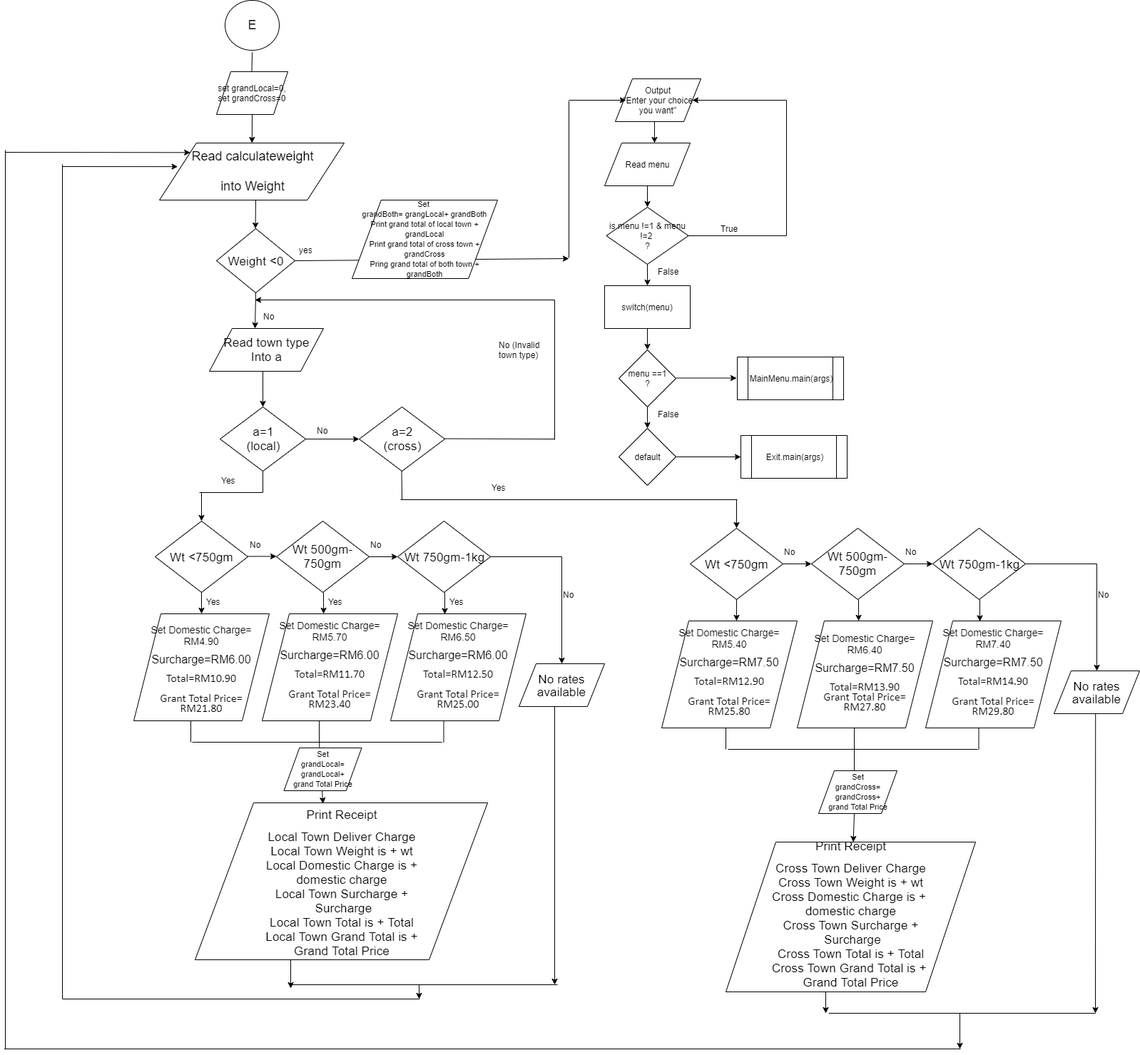
Earlier version of the draw.io export flowchart assign 2.png (gohfangyao/Same-Day-Delivery). Source tidied: cells renumbered, new cells last; positions are measured from the earlier drawing's top-left corner, leaving out a move shared by most shapes.
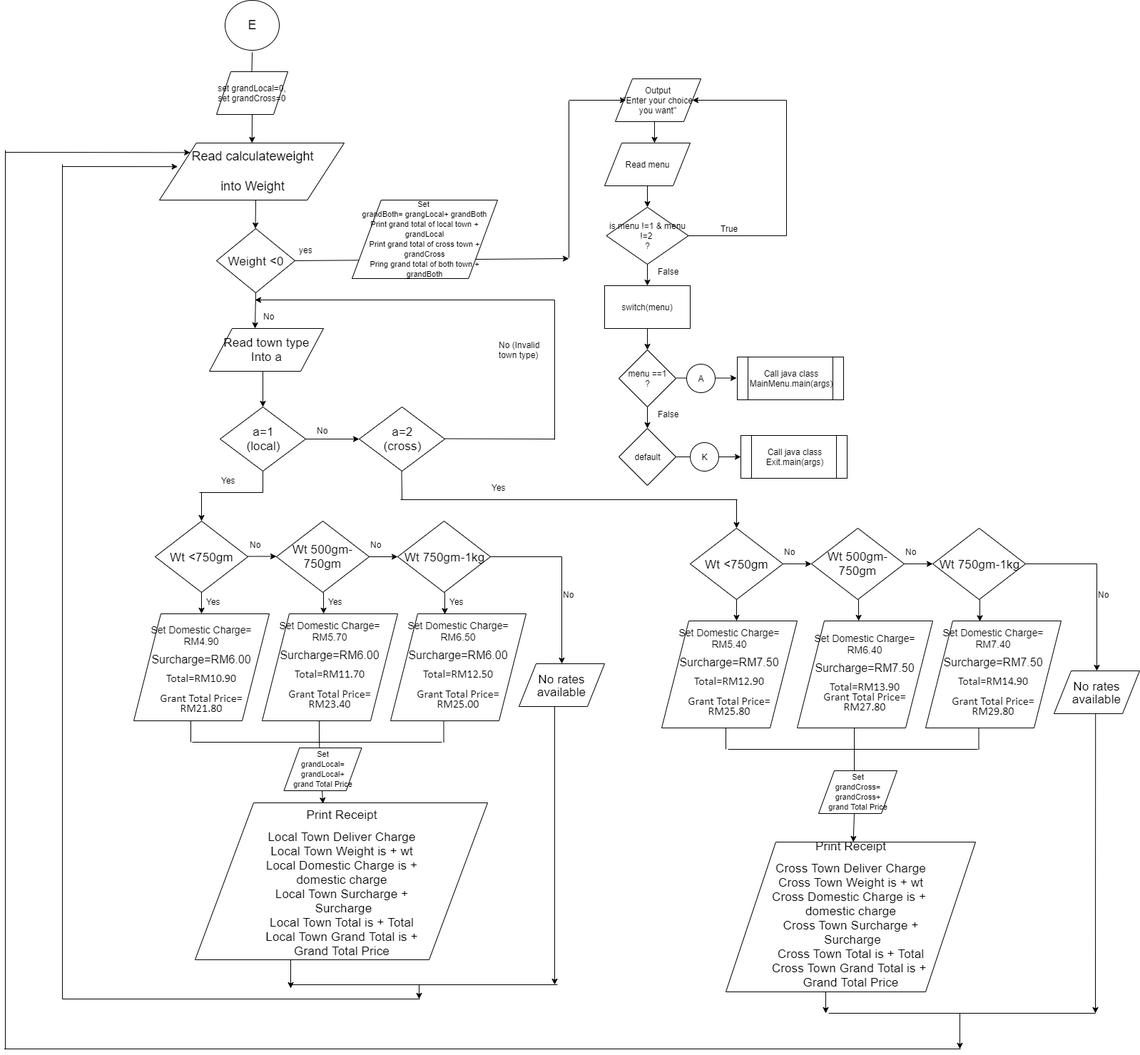
The same diagram one commit later.

Diff of the diagram source:
```diff
@@ -418,10 +418,10 @@
     <mxCell id="95" value="default" style="rhombus;whiteSpace=wrap;html=1;" parent="1" vertex="1">
       <mxGeometry x="862" y="600" width="80" height="80" as="geometry" />
     </mxCell>
-    <mxCell id="96" value="MainMenu.main(args)" style="shape=process;whiteSpace=wrap;html=1;backgroundOutline=1;" parent="1" vertex="1">
+    <mxCell id="96" value="Call java class&lt;br&gt;MainMenu.main(args)" style="shape=process;whiteSpace=wrap;html=1;backgroundOutline=1;" parent="1" vertex="1">
       <mxGeometry x="1028" y="500" width="149" height="60" as="geometry" />
     </mxCell>
-    <mxCell id="97" value="Exit.main(args)" style="shape=process;whiteSpace=wrap;html=1;backgroundOutline=1;" parent="1" vertex="1">
+    <mxCell id="97" value="Call java class&lt;br&gt;Exit.main(args)" style="shape=process;whiteSpace=wrap;html=1;backgroundOutline=1;" parent="1" vertex="1">
       <mxGeometry x="1033" y="610" width="149" height="60" as="geometry" />
     </mxCell>
     <mxCell id="98" style="endArrow=classic;html=1;entryX=0.583;entryY=0;entryDx=0;entryDy=0;entryPerimeter=0;" parent="1" edge="1" target="91">
@@ -478,10 +478,8 @@
         <mxPoint x="902" y="570" as="sourcePoint" />
       </mxGeometry>
     </mxCell>
-    <mxCell id="109" style="endArrow=classic;html=1;entryX=0;entryY=0.5;entryDx=0;entryDy=0;" parent="1" edge="1" target="97">
-      <mxGeometry relative="1" as="geometry">
-        <mxPoint x="942" y="640" as="sourcePoint" />
-      </mxGeometry>
+    <mxCell id="109" style="endArrow=classic;html=1;entryX=0;entryY=0.5;entryDx=0;entryDy=0;" parent="1" edge="1" source="121" target="97">
+      <mxGeometry relative="1" as="geometry" />
     </mxCell>
     <mxCell id="110" value="False" style="text;html=1;align=center;verticalAlign=middle;" parent="1" vertex="1">
       <mxGeometry x="907" y="370" width="50" height="20" as="geometry" />
@@ -530,5 +528,16 @@
         <mxPoint x="1192" y="1140" as="sourcePoint" />
       </mxGeometry>
     </mxCell>
+    <mxCell id="121" value="K" style="ellipse;whiteSpace=wrap;html=1;" parent="1" vertex="1">
+      <mxGeometry x="962" y="620" width="40" height="40" as="geometry" />
+    </mxCell>
+    <mxCell id="122" style="endArrow=none;html=1;entryX=0;entryY=0.5;entryDx=0;entryDy=0;" parent="1" edge="1" target="121">
+      <mxGeometry relative="1" as="geometry">
+        <mxPoint x="942" y="640" as="sourcePoint" />
+      </mxGeometry>
+    </mxCell>
+    <mxCell id="123" value="A" style="ellipse;whiteSpace=wrap;html=1;" parent="1" vertex="1">
+      <mxGeometry x="957" y="510" width="40" height="40" as="geometry" />
+    </mxCell>
   </root>
 </mxGraphModel>
```
